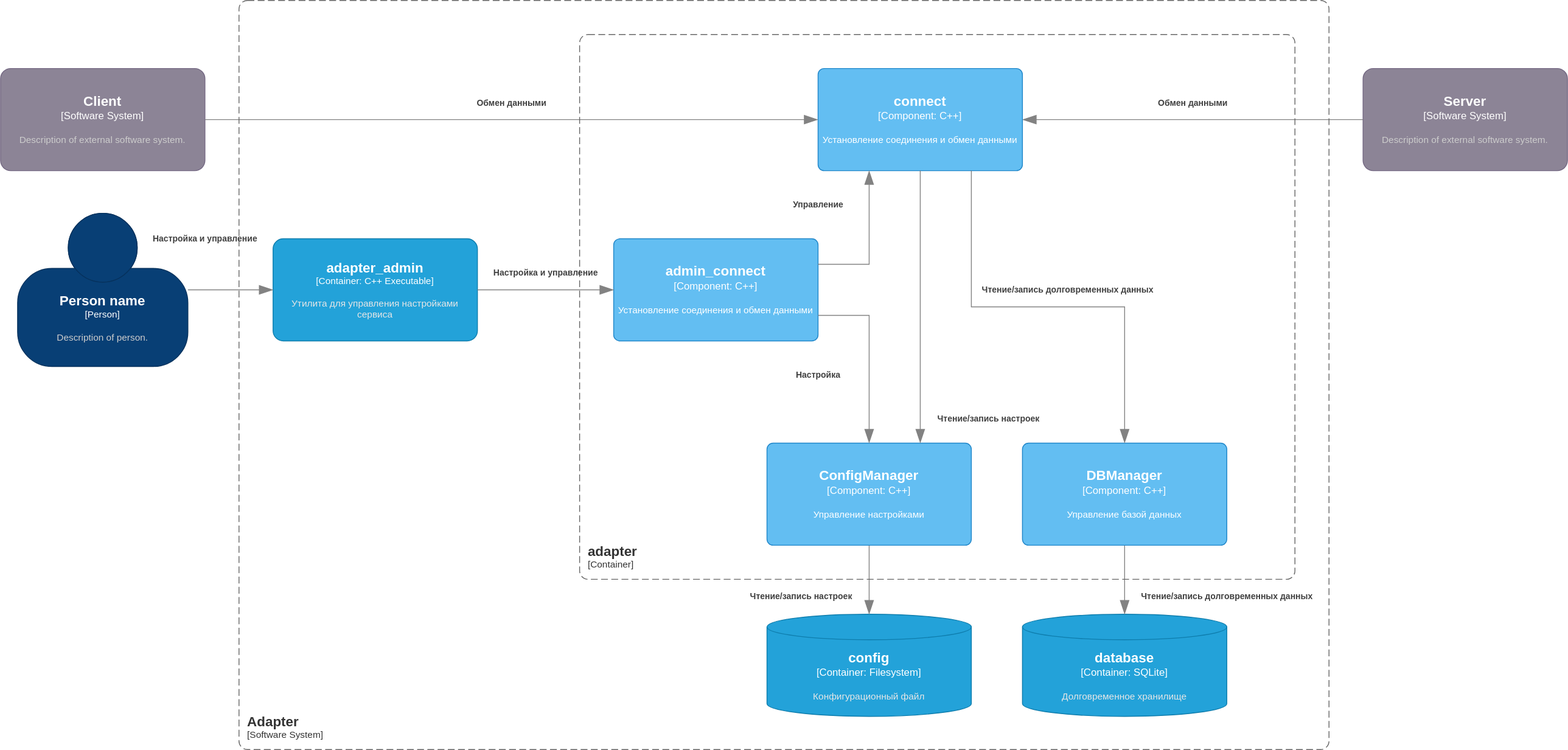
Before: diagrams/ComponentDiagram.svg, a diagram exported from draw.io (OmarovAmir/otus). Source tidied: cells renumbered, new cells last; positions are measured from the earlier drawing's top-left corner, leaving out a move shared by most shapes.
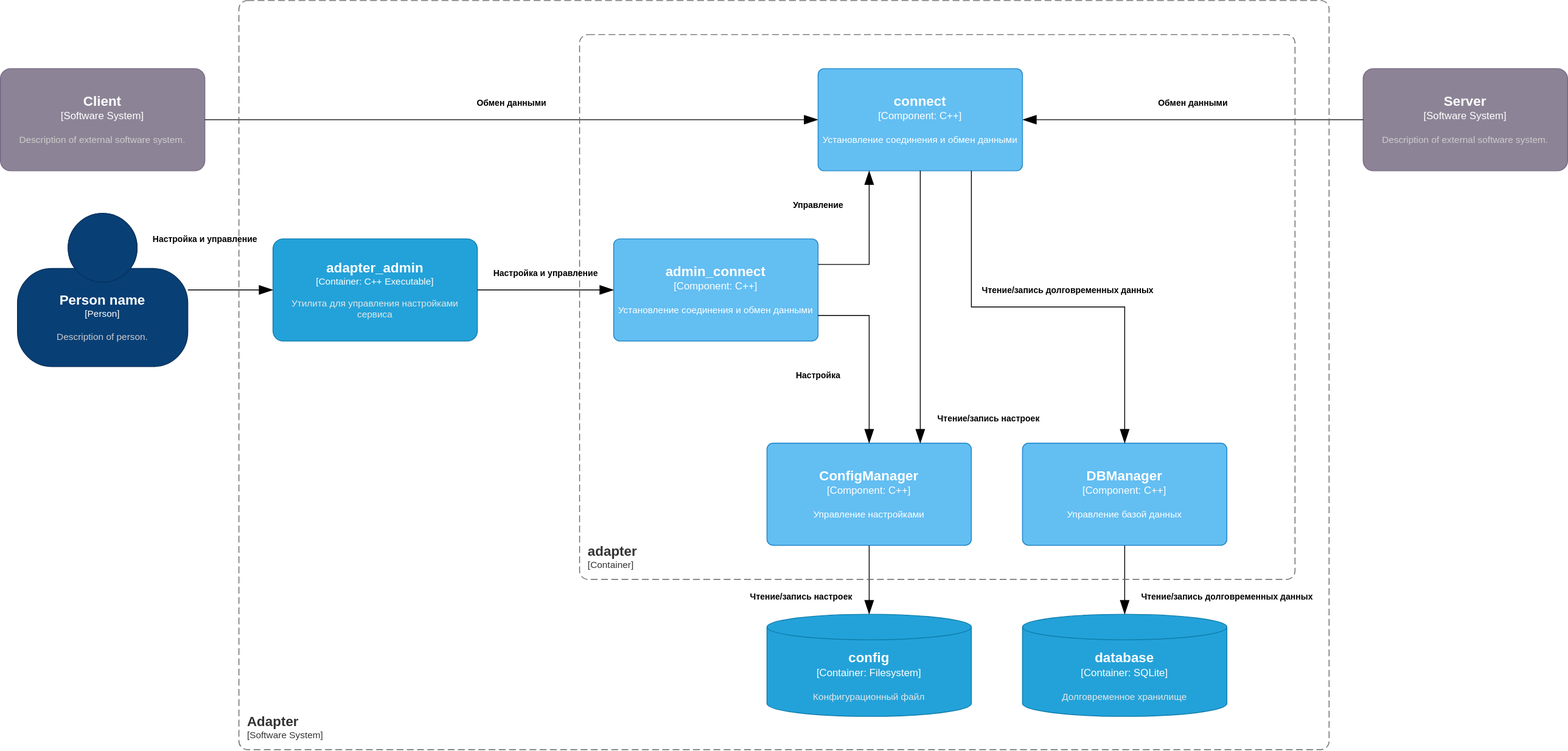
Later version of the same file.

The edit, as a diff of the source:
```diff
@@ -13,12 +13,12 @@
       </mxCell>
     </object>
     <object id="4" label="&lt;div style=&quot;text-align: left&quot;&gt;&lt;div style=&quot;text-align: center&quot;&gt;&lt;b&gt;%c4Description%&lt;/b&gt;&lt;/div&gt;&lt;/div&gt;" c4Description="Обмен данными" c4Type="Relationship" placeholders="1">
-      <mxCell style="endArrow=blockThin;html=1;fontSize=10;fontColor=#404040;strokeWidth=1;endFill=1;strokeColor=#828282;elbow=vertical;endSize=14;startSize=14;jumpStyle=arc;jumpSize=16;rounded=0;edgeStyle=orthogonalEdgeStyle;exitX=1;exitY=0.5;exitDx=0;exitDy=0;exitPerimeter=0;startArrow=none;startFill=0;entryX=0;entryY=0.5;entryDx=0;entryDy=0;entryPerimeter=0;labelBackgroundColor=none;" parent="1" edge="1" source="2" target="13">
+      <mxCell style="endArrow=blockThin;html=1;fontSize=10;fontColor=#000000;strokeWidth=1;endFill=1;strokeColor=#000000;elbow=vertical;endSize=14;startSize=14;jumpStyle=arc;jumpSize=16;rounded=0;edgeStyle=orthogonalEdgeStyle;exitX=1;exitY=0.5;exitDx=0;exitDy=0;exitPerimeter=0;startArrow=none;startFill=0;entryX=0;entryY=0.5;entryDx=0;entryDy=0;entryPerimeter=0;labelBackgroundColor=none;" parent="1" edge="1" source="2" target="13">
         <mxGeometry y="20" relative="1" as="geometry" />
       </mxCell>
     </object>
     <object id="5" label="&lt;div style=&quot;text-align: left&quot;&gt;&lt;div style=&quot;text-align: center&quot;&gt;&lt;b&gt;%c4Description%&lt;/b&gt;&lt;/div&gt;&lt;/div&gt;" c4Description="Обмен данными" c4Type="Relationship" placeholders="1">
-      <mxCell style="endArrow=none;html=1;fontSize=10;fontColor=#404040;strokeWidth=1;endFill=0;strokeColor=#828282;elbow=vertical;endSize=14;startSize=14;jumpStyle=arc;jumpSize=16;rounded=0;edgeStyle=orthogonalEdgeStyle;entryX=0;entryY=0.5;entryDx=0;entryDy=0;entryPerimeter=0;startArrow=blockThin;startFill=1;exitX=1;exitY=0.5;exitDx=0;exitDy=0;exitPerimeter=0;labelBackgroundColor=none;" parent="1" edge="1" source="13" target="3">
+      <mxCell style="endArrow=none;html=1;fontSize=10;fontColor=#000000;strokeWidth=1;endFill=0;strokeColor=#000000;elbow=vertical;endSize=14;startSize=14;jumpStyle=arc;jumpSize=16;rounded=0;edgeStyle=orthogonalEdgeStyle;entryX=0;entryY=0.5;entryDx=0;entryDy=0;entryPerimeter=0;startArrow=blockThin;startFill=1;exitX=1;exitY=0.5;exitDx=0;exitDy=0;exitPerimeter=0;labelBackgroundColor=none;" parent="1" edge="1" source="13" target="3">
         <mxGeometry y="20" relative="1" as="geometry" />
       </mxCell>
     </object>
@@ -43,12 +43,12 @@
       </mxCell>
     </object>
     <object id="10" label="&lt;div style=&quot;text-align: left&quot;&gt;&lt;div style=&quot;text-align: center&quot;&gt;&lt;b&gt;%c4Description%&lt;/b&gt;&lt;/div&gt;&lt;/div&gt;" c4Description="Чтение/запись настроек" c4Type="Relationship" placeholders="1">
-      <mxCell style="endArrow=blockThin;html=1;fontSize=10;fontColor=#404040;strokeWidth=1;endFill=1;strokeColor=#828282;elbow=vertical;endSize=14;startSize=14;jumpStyle=arc;jumpSize=16;rounded=0;edgeStyle=orthogonalEdgeStyle;entryX=0.5;entryY=0;entryDx=0;entryDy=0;entryPerimeter=0;startArrow=none;startFill=0;exitX=0.5;exitY=1;exitDx=0;exitDy=0;exitPerimeter=0;labelBackgroundColor=none;" parent="1" edge="1" source="15" target="8">
+      <mxCell style="endArrow=blockThin;html=1;fontSize=10;fontColor=#000000;strokeWidth=1;endFill=1;strokeColor=#000000;elbow=vertical;endSize=14;startSize=14;jumpStyle=arc;jumpSize=16;rounded=0;edgeStyle=orthogonalEdgeStyle;entryX=0.5;entryY=0;entryDx=0;entryDy=0;entryPerimeter=0;startArrow=none;startFill=0;exitX=0.5;exitY=1;exitDx=0;exitDy=0;exitPerimeter=0;labelBackgroundColor=none;" parent="1" edge="1" source="15" target="8">
         <mxGeometry x="0.48" y="-80" relative="1" as="geometry" />
       </mxCell>
     </object>
     <object id="11" label="&lt;div style=&quot;text-align: left&quot;&gt;&lt;div style=&quot;text-align: center&quot;&gt;&lt;b&gt;%c4Description%&lt;/b&gt;&lt;/div&gt;&lt;/div&gt;" c4Description="Чтение/запись долговременных данных" c4Type="Relationship" placeholders="1">
-      <mxCell style="endArrow=blockThin;html=1;fontSize=10;fontColor=#404040;strokeWidth=1;endFill=1;strokeColor=#828282;elbow=vertical;endSize=14;startSize=14;jumpStyle=arc;jumpSize=16;rounded=0;edgeStyle=orthogonalEdgeStyle;entryX=0.5;entryY=0;entryDx=0;entryDy=0;entryPerimeter=0;startArrow=none;startFill=0;exitX=0.5;exitY=1;exitDx=0;exitDy=0;exitPerimeter=0;labelBackgroundColor=none;" parent="1" edge="1" source="14" target="7">
+      <mxCell style="endArrow=blockThin;html=1;fontSize=10;fontColor=#000000;strokeWidth=1;endFill=1;strokeColor=#000000;elbow=vertical;endSize=14;startSize=14;jumpStyle=arc;jumpSize=16;rounded=0;edgeStyle=orthogonalEdgeStyle;entryX=0.5;entryY=0;entryDx=0;entryDy=0;entryPerimeter=0;startArrow=none;startFill=0;exitX=0.5;exitY=1;exitDx=0;exitDy=0;exitPerimeter=0;labelBackgroundColor=none;" parent="1" edge="1" source="14" target="7">
         <mxGeometry x="0.48" y="120" relative="1" as="geometry" />
       </mxCell>
     </object>
@@ -78,27 +78,27 @@
       </mxCell>
     </object>
     <object id="17" label="&lt;div style=&quot;text-align: left&quot;&gt;&lt;div style=&quot;text-align: center&quot;&gt;&lt;b&gt;%c4Description%&lt;/b&gt;&lt;/div&gt;&lt;/div&gt;" c4Description="Настройка и управление" c4Type="Relationship" placeholders="1">
-      <mxCell style="endArrow=blockThin;html=1;fontSize=10;fontColor=#404040;strokeWidth=1;endFill=1;strokeColor=#828282;elbow=vertical;endSize=14;startSize=14;jumpStyle=arc;jumpSize=16;rounded=0;edgeStyle=orthogonalEdgeStyle;exitX=1;exitY=0.5;exitDx=0;exitDy=0;exitPerimeter=0;entryX=0;entryY=0.5;entryDx=0;entryDy=0;entryPerimeter=0;labelBackgroundColor=none;" parent="1" edge="1" source="9" target="16">
+      <mxCell style="endArrow=blockThin;html=1;fontSize=10;fontColor=#000000;strokeWidth=1;endFill=1;strokeColor=#000000;elbow=vertical;endSize=14;startSize=14;jumpStyle=arc;jumpSize=16;rounded=0;edgeStyle=orthogonalEdgeStyle;exitX=1;exitY=0.5;exitDx=0;exitDy=0;exitPerimeter=0;entryX=0;entryY=0.5;entryDx=0;entryDy=0;entryPerimeter=0;labelBackgroundColor=none;" parent="1" edge="1" source="9" target="16">
         <mxGeometry y="20" relative="1" as="geometry" />
       </mxCell>
     </object>
     <object id="18" label="&lt;div style=&quot;text-align: left&quot;&gt;&lt;div style=&quot;text-align: center&quot;&gt;&lt;b&gt;%c4Description%&lt;/b&gt;&lt;/div&gt;&lt;/div&gt;" c4Description="Чтение/запись настроек" c4Type="Relationship" placeholders="1">
-      <mxCell style="endArrow=blockThin;html=1;fontSize=10;fontColor=#404040;strokeWidth=1;endFill=1;strokeColor=#828282;elbow=vertical;endSize=14;startSize=14;jumpStyle=arc;jumpSize=16;rounded=0;edgeStyle=orthogonalEdgeStyle;entryX=0.75;entryY=0;entryDx=0;entryDy=0;entryPerimeter=0;startArrow=none;startFill=0;exitX=0.5;exitY=1;exitDx=0;exitDy=0;exitPerimeter=0;labelBackgroundColor=none;" parent="1" edge="1" source="13" target="15">
+      <mxCell style="endArrow=blockThin;html=1;fontSize=10;fontColor=#000000;strokeWidth=1;endFill=1;strokeColor=#000000;elbow=vertical;endSize=14;startSize=14;jumpStyle=arc;jumpSize=16;rounded=0;edgeStyle=orthogonalEdgeStyle;entryX=0.75;entryY=0;entryDx=0;entryDy=0;entryPerimeter=0;startArrow=none;startFill=0;exitX=0.5;exitY=1;exitDx=0;exitDy=0;exitPerimeter=0;labelBackgroundColor=none;" parent="1" edge="1" source="13" target="15">
         <mxGeometry x="0.82" y="80" relative="1" as="geometry" />
       </mxCell>
     </object>
     <object id="19" label="&lt;div style=&quot;text-align: left&quot;&gt;&lt;div style=&quot;text-align: center&quot;&gt;&lt;b&gt;%c4Description%&lt;/b&gt;&lt;/div&gt;&lt;/div&gt;" c4Description="Чтение/запись долговременных данных" c4Type="Relationship" placeholders="1">
-      <mxCell style="endArrow=blockThin;html=1;fontSize=10;fontColor=#404040;strokeWidth=1;endFill=1;strokeColor=#828282;elbow=vertical;endSize=14;startSize=14;jumpStyle=arc;jumpSize=16;rounded=0;edgeStyle=orthogonalEdgeStyle;entryX=0.5;entryY=0;entryDx=0;entryDy=0;entryPerimeter=0;startArrow=none;startFill=0;exitX=0.75;exitY=1;exitDx=0;exitDy=0;exitPerimeter=0;labelBackgroundColor=none;" parent="1" edge="1" source="13" target="14">
+      <mxCell style="endArrow=blockThin;html=1;fontSize=10;fontColor=#000000;strokeWidth=1;endFill=1;strokeColor=#000000;elbow=vertical;endSize=14;startSize=14;jumpStyle=arc;jumpSize=16;rounded=0;edgeStyle=orthogonalEdgeStyle;entryX=0.5;entryY=0;entryDx=0;entryDy=0;entryPerimeter=0;startArrow=none;startFill=0;exitX=0.75;exitY=1;exitDx=0;exitDy=0;exitPerimeter=0;labelBackgroundColor=none;" parent="1" edge="1" source="13" target="14">
         <mxGeometry x="0.09" y="20" relative="1" as="geometry" />
       </mxCell>
     </object>
     <object id="20" label="&lt;div style=&quot;text-align: left&quot;&gt;&lt;div style=&quot;text-align: center&quot;&gt;&lt;b&gt;%c4Description%&lt;/b&gt;&lt;/div&gt;&lt;/div&gt;" c4Description="Управление" c4Type="Relationship" placeholders="1">
-      <mxCell style="endArrow=none;html=1;fontSize=10;fontColor=#404040;strokeWidth=1;endFill=0;strokeColor=#828282;elbow=vertical;endSize=14;startSize=14;jumpStyle=arc;jumpSize=16;rounded=0;edgeStyle=orthogonalEdgeStyle;entryX=1;entryY=0.25;entryDx=0;entryDy=0;entryPerimeter=0;startArrow=blockThin;startFill=1;exitX=0.25;exitY=1;exitDx=0;exitDy=0;exitPerimeter=0;labelBackgroundColor=none;" parent="1" edge="1" source="13" target="16">
+      <mxCell style="endArrow=none;html=1;fontSize=10;fontColor=#000000;strokeWidth=1;endFill=0;strokeColor=#000000;elbow=vertical;endSize=14;startSize=14;jumpStyle=arc;jumpSize=16;rounded=0;edgeStyle=orthogonalEdgeStyle;entryX=1;entryY=0.25;entryDx=0;entryDy=0;entryPerimeter=0;startArrow=blockThin;startFill=1;exitX=0.25;exitY=1;exitDx=0;exitDy=0;exitPerimeter=0;labelBackgroundColor=none;" parent="1" edge="1" source="13" target="16">
         <mxGeometry x="-0.53" y="-60" relative="1" as="geometry" />
       </mxCell>
     </object>
     <object id="21" label="&lt;div style=&quot;text-align: left&quot;&gt;&lt;div style=&quot;text-align: center&quot;&gt;&lt;b&gt;%c4Description%&lt;/b&gt;&lt;/div&gt;&lt;/div&gt;" c4Description="Настройка" c4Type="Relationship" placeholders="1">
-      <mxCell style="endArrow=blockThin;html=1;fontSize=10;fontColor=#404040;strokeWidth=1;endFill=1;strokeColor=#828282;elbow=vertical;endSize=14;startSize=14;jumpStyle=arc;jumpSize=16;rounded=0;edgeStyle=orthogonalEdgeStyle;entryX=0.5;entryY=0;entryDx=0;entryDy=0;entryPerimeter=0;startArrow=none;startFill=0;exitX=1;exitY=0.75;exitDx=0;exitDy=0;exitPerimeter=0;labelBackgroundColor=none;" parent="1" edge="1" source="16" target="15">
+      <mxCell style="endArrow=blockThin;html=1;fontSize=10;fontColor=#000000;strokeWidth=1;endFill=1;strokeColor=#000000;elbow=vertical;endSize=14;startSize=14;jumpStyle=arc;jumpSize=16;rounded=0;edgeStyle=orthogonalEdgeStyle;entryX=0.5;entryY=0;entryDx=0;entryDy=0;entryPerimeter=0;startArrow=none;startFill=0;exitX=1;exitY=0.75;exitDx=0;exitDy=0;exitPerimeter=0;labelBackgroundColor=none;" parent="1" edge="1" source="16" target="15">
         <mxGeometry x="0.24" y="-60" relative="1" as="geometry" />
       </mxCell>
     </object>
@@ -108,7 +108,7 @@
       </mxCell>
     </object>
     <object id="23" label="&lt;div style=&quot;text-align: left&quot;&gt;&lt;div style=&quot;text-align: center&quot;&gt;&lt;b&gt;%c4Description%&lt;/b&gt;&lt;/div&gt;&lt;/div&gt;" c4Description="Настройка и управление" c4Type="Relationship" placeholders="1">
-      <mxCell style="endArrow=blockThin;html=1;fontSize=10;fontColor=#404040;strokeWidth=1;endFill=1;strokeColor=#828282;elbow=vertical;endSize=14;startSize=14;jumpStyle=arc;jumpSize=16;rounded=0;edgeStyle=orthogonalEdgeStyle;exitX=1;exitY=0.5;exitDx=0;exitDy=0;exitPerimeter=0;entryX=0;entryY=0.5;entryDx=0;entryDy=0;entryPerimeter=0;labelBackgroundColor=none;" parent="1" edge="1" source="22" target="9">
+      <mxCell style="endArrow=blockThin;html=1;fontSize=10;fontColor=#000000;strokeWidth=1;endFill=1;strokeColor=#000000;elbow=vertical;endSize=14;startSize=14;jumpStyle=arc;jumpSize=16;rounded=0;edgeStyle=orthogonalEdgeStyle;exitX=1;exitY=0.5;exitDx=0;exitDy=0;exitPerimeter=0;entryX=0;entryY=0.5;entryDx=0;entryDy=0;entryPerimeter=0;labelBackgroundColor=none;" parent="1" edge="1" source="22" target="9">
         <mxGeometry x="-0.6" y="60" relative="1" as="geometry" />
       </mxCell>
     </object>
```
